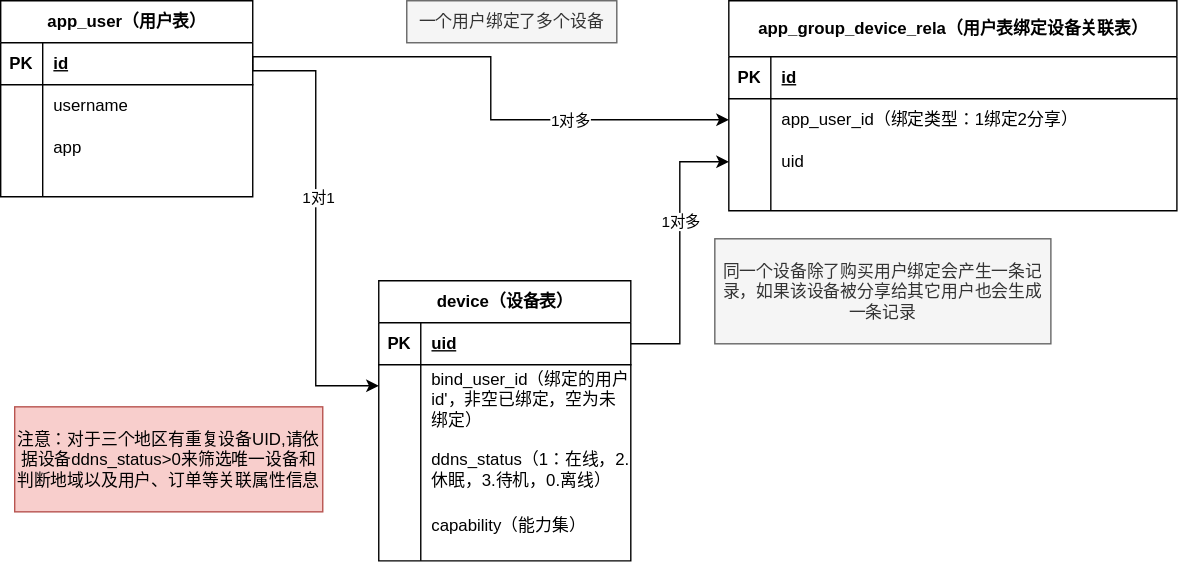
LiuXinStrive/ChaoWei keeps this draw.io diagram as database/1-用户设备关系ER.drawio.svg. Above is the earlier version. Source tidied: cells renumbered, new cells last; positions are measured from the earlier drawing's top-left corner, leaving out a move shared by most shapes. The source it was exported from:
```xml
<mxGraphModel>
  <root>
    <mxCell id="0" />
    <mxCell id="1" parent="0" />
    <mxCell id="2" value="app_user（用户表）" style="shape=table;startSize=30;rowLines=0;fontStyle=1;align=center;html=1;" parent="1" vertex="1">
      <mxGeometry width="180" height="140" as="geometry" />
    </mxCell>
    <mxCell id="3" style="shape=tableRow;horizontal=0;startSize=0;swimlaneHead=0;swimlaneBody=0;fillColor=none;points=[[0,0.5],[1,0.5]];portConstraint=eastwest;top=0;left=0;right=0;bottom=1;" parent="2" vertex="1">
      <mxGeometry y="30" width="180" height="30" as="geometry" />
    </mxCell>
    <mxCell id="4" value="PK" style="shape=partialRectangle;fillColor=none;top=0;left=0;bottom=0;right=0;fontStyle=1;overflow=hidden;whiteSpace=wrap;html=1;" parent="3" vertex="1">
      <mxGeometry width="30" height="30" as="geometry" />
    </mxCell>
    <mxCell id="5" value="id" style="shape=partialRectangle;fillColor=none;top=0;left=0;bottom=0;right=0;align=left;spacingLeft=6;fontStyle=5;overflow=hidden;whiteSpace=wrap;html=1;" parent="3" vertex="1">
      <mxGeometry x="30" width="150" height="30" as="geometry" />
    </mxCell>
    <mxCell id="6" style="shape=tableRow;horizontal=0;startSize=0;swimlaneHead=0;swimlaneBody=0;fillColor=none;top=0;left=0;right=0;bottom=0;" parent="2" vertex="1">
      <mxGeometry y="60" width="180" height="30" as="geometry" />
    </mxCell>
    <mxCell id="7" style="shape=partialRectangle;fillColor=none;top=0;left=0;bottom=0;right=0;overflow=hidden;whiteSpace=wrap;html=1;" parent="6" vertex="1">
      <mxGeometry width="30" height="30" as="geometry" />
    </mxCell>
    <mxCell id="8" value="username" style="shape=partialRectangle;fillColor=none;top=0;left=0;bottom=0;right=0;align=left;spacingLeft=6;overflow=hidden;whiteSpace=wrap;html=1;" parent="6" vertex="1">
      <mxGeometry x="30" width="150" height="30" as="geometry" />
    </mxCell>
    <mxCell id="9" style="shape=tableRow;horizontal=0;startSize=0;swimlaneHead=0;swimlaneBody=0;fillColor=none;top=0;left=0;right=0;bottom=0;" parent="2" vertex="1">
      <mxGeometry y="90" width="180" height="30" as="geometry" />
    </mxCell>
    <mxCell id="10" style="shape=partialRectangle;fillColor=none;top=0;left=0;bottom=0;right=0;overflow=hidden;whiteSpace=wrap;html=1;" parent="9" vertex="1">
      <mxGeometry width="30" height="30" as="geometry" />
    </mxCell>
    <mxCell id="11" value="app" style="shape=partialRectangle;fillColor=none;top=0;left=0;bottom=0;right=0;align=left;spacingLeft=6;overflow=hidden;whiteSpace=wrap;html=1;" parent="9" vertex="1">
      <mxGeometry x="30" width="150" height="30" as="geometry" />
    </mxCell>
    <mxCell id="12" style="shape=tableRow;horizontal=0;startSize=0;swimlaneHead=0;swimlaneBody=0;fillColor=none;top=0;left=0;right=0;bottom=0;" parent="2" vertex="1">
      <mxGeometry y="120" width="180" height="20" as="geometry" />
    </mxCell>
    <mxCell id="13" style="shape=partialRectangle;fillColor=none;top=0;left=0;bottom=0;right=0;overflow=hidden;whiteSpace=wrap;html=1;" parent="12" vertex="1">
      <mxGeometry width="30" height="20" as="geometry" />
    </mxCell>
    <mxCell id="14" style="shape=partialRectangle;fillColor=none;top=0;left=0;bottom=0;right=0;align=left;spacingLeft=6;overflow=hidden;whiteSpace=wrap;html=1;" parent="12" vertex="1">
      <mxGeometry x="30" width="150" height="20" as="geometry" />
    </mxCell>
    <mxCell id="15" value="device（设备表）" style="shape=table;startSize=30;rowLines=0;fontStyle=1;align=center;html=1;" parent="1" vertex="1">
      <mxGeometry x="270" y="200" width="180" height="200" as="geometry" />
    </mxCell>
    <mxCell id="16" style="shape=tableRow;horizontal=0;startSize=0;swimlaneHead=0;swimlaneBody=0;fillColor=none;points=[[0,0.5],[1,0.5]];portConstraint=eastwest;top=0;left=0;right=0;bottom=1;" parent="15" vertex="1">
      <mxGeometry y="30" width="180" height="30" as="geometry" />
    </mxCell>
    <mxCell id="17" value="PK" style="shape=partialRectangle;fillColor=none;top=0;left=0;bottom=0;right=0;fontStyle=1;overflow=hidden;whiteSpace=wrap;html=1;" parent="16" vertex="1">
      <mxGeometry width="30" height="30" as="geometry" />
    </mxCell>
    <mxCell id="18" value="uid" style="shape=partialRectangle;fillColor=none;top=0;left=0;bottom=0;right=0;align=left;spacingLeft=6;fontStyle=5;overflow=hidden;whiteSpace=wrap;html=1;" parent="16" vertex="1">
      <mxGeometry x="30" width="150" height="30" as="geometry" />
    </mxCell>
    <mxCell id="19" style="shape=tableRow;horizontal=0;startSize=0;swimlaneHead=0;swimlaneBody=0;fillColor=none;points=[[0,0.5],[1,0.5]];portConstraint=eastwest;top=0;left=0;right=0;bottom=0;" parent="15" vertex="1">
      <mxGeometry y="60" width="180" height="50" as="geometry" />
    </mxCell>
    <mxCell id="20" style="shape=partialRectangle;fillColor=none;top=0;left=0;bottom=0;right=0;overflow=hidden;whiteSpace=wrap;html=1;" parent="19" vertex="1">
      <mxGeometry width="30" height="50" as="geometry" />
    </mxCell>
    <mxCell id="21" value="bind_user_id（绑定的用户id'，非空已绑定，空为未绑定）" style="shape=partialRectangle;fillColor=none;top=0;left=0;bottom=0;right=0;align=left;spacingLeft=6;overflow=hidden;whiteSpace=wrap;html=1;" parent="19" vertex="1">
      <mxGeometry x="30" width="150" height="50" as="geometry" />
    </mxCell>
    <mxCell id="22" style="shape=tableRow;horizontal=0;startSize=0;swimlaneHead=0;swimlaneBody=0;fillColor=none;top=0;left=0;right=0;bottom=0;" parent="15" vertex="1">
      <mxGeometry y="110" width="180" height="50" as="geometry" />
    </mxCell>
    <mxCell id="23" style="shape=partialRectangle;fillColor=none;top=0;left=0;bottom=0;right=0;overflow=hidden;whiteSpace=wrap;html=1;" parent="22" vertex="1">
      <mxGeometry width="30" height="50" as="geometry" />
    </mxCell>
    <mxCell id="24" value="ddns_status（1：在线，2.休眠，3.待机，0.离线）" style="shape=partialRectangle;fillColor=none;top=0;left=0;bottom=0;right=0;align=left;spacingLeft=6;overflow=hidden;whiteSpace=wrap;html=1;" parent="22" vertex="1">
      <mxGeometry x="30" width="150" height="50" as="geometry" />
    </mxCell>
    <mxCell id="25" style="shape=tableRow;horizontal=0;startSize=0;swimlaneHead=0;swimlaneBody=0;fillColor=none;top=0;left=0;right=0;bottom=0;" parent="15" vertex="1">
      <mxGeometry y="160" width="180" height="40" as="geometry" />
    </mxCell>
    <mxCell id="26" style="shape=partialRectangle;fillColor=none;top=0;left=0;bottom=0;right=0;overflow=hidden;whiteSpace=wrap;html=1;" parent="25" vertex="1">
      <mxGeometry width="30" height="40" as="geometry" />
    </mxCell>
    <mxCell id="27" style="shape=partialRectangle;fillColor=none;top=0;left=0;bottom=0;right=0;align=left;spacingLeft=6;overflow=hidden;whiteSpace=wrap;html=1;" parent="25" vertex="1">
      <mxGeometry x="30" width="150" height="40" as="geometry" />
    </mxCell>
    <mxCell id="28" value="app_group_device_rela（用户表绑定设备关联表）" style="shape=table;startSize=40;rowLines=0;fontStyle=1;align=center;html=1;" parent="1" vertex="1">
      <mxGeometry x="520" width="320" height="150" as="geometry" />
    </mxCell>
    <mxCell id="29" style="shape=tableRow;horizontal=0;startSize=0;swimlaneHead=0;swimlaneBody=0;fillColor=none;top=0;left=0;right=0;bottom=1;" parent="28" vertex="1">
      <mxGeometry y="40" width="320" height="30" as="geometry" />
    </mxCell>
    <mxCell id="30" value="PK" style="shape=partialRectangle;fillColor=none;top=0;left=0;bottom=0;right=0;fontStyle=1;overflow=hidden;whiteSpace=wrap;html=1;" parent="29" vertex="1">
      <mxGeometry width="30" height="30" as="geometry" />
    </mxCell>
    <mxCell id="31" value="id" style="shape=partialRectangle;fillColor=none;top=0;left=0;bottom=0;right=0;align=left;spacingLeft=6;fontStyle=5;overflow=hidden;whiteSpace=wrap;html=1;" parent="29" vertex="1">
      <mxGeometry x="30" width="290" height="30" as="geometry" />
    </mxCell>
    <mxCell id="32" style="shape=tableRow;horizontal=0;startSize=0;swimlaneHead=0;swimlaneBody=0;fillColor=none;points=[[0,0.5],[1,0.5]];portConstraint=eastwest;top=0;left=0;right=0;bottom=0;" parent="28" vertex="1">
      <mxGeometry y="70" width="320" height="30" as="geometry" />
    </mxCell>
    <mxCell id="33" style="shape=partialRectangle;fillColor=none;top=0;left=0;bottom=0;right=0;overflow=hidden;whiteSpace=wrap;html=1;" parent="32" vertex="1">
      <mxGeometry width="30" height="30" as="geometry" />
    </mxCell>
    <mxCell id="34" value="app_user_id（绑定类型：1绑定2分享）" style="shape=partialRectangle;fillColor=none;top=0;left=0;bottom=0;right=0;align=left;spacingLeft=6;overflow=hidden;whiteSpace=wrap;html=1;" parent="32" vertex="1">
      <mxGeometry x="30" width="290" height="30" as="geometry" />
    </mxCell>
    <mxCell id="35" style="shape=tableRow;horizontal=0;startSize=0;swimlaneHead=0;swimlaneBody=0;fillColor=none;points=[[0,0.5],[1,0.5]];portConstraint=eastwest;top=0;left=0;right=0;bottom=0;" parent="28" vertex="1">
      <mxGeometry y="100" width="320" height="30" as="geometry" />
    </mxCell>
    <mxCell id="36" style="shape=partialRectangle;fillColor=none;top=0;left=0;bottom=0;right=0;overflow=hidden;whiteSpace=wrap;html=1;" parent="35" vertex="1">
      <mxGeometry width="30" height="30" as="geometry" />
    </mxCell>
    <mxCell id="37" value="uid" style="shape=partialRectangle;fillColor=none;top=0;left=0;bottom=0;right=0;align=left;spacingLeft=6;overflow=hidden;whiteSpace=wrap;html=1;" parent="35" vertex="1">
      <mxGeometry x="30" width="290" height="30" as="geometry" />
    </mxCell>
    <mxCell id="38" style="shape=tableRow;horizontal=0;startSize=0;swimlaneHead=0;swimlaneBody=0;fillColor=none;top=0;left=0;right=0;bottom=0;" parent="28" vertex="1">
      <mxGeometry y="130" width="320" height="20" as="geometry" />
    </mxCell>
    <mxCell id="39" style="shape=partialRectangle;fillColor=none;top=0;left=0;bottom=0;right=0;overflow=hidden;whiteSpace=wrap;html=1;" parent="38" vertex="1">
      <mxGeometry width="30" height="20" as="geometry" />
    </mxCell>
    <mxCell id="40" style="shape=partialRectangle;fillColor=none;top=0;left=0;bottom=0;right=0;align=left;spacingLeft=6;overflow=hidden;whiteSpace=wrap;html=1;" parent="38" vertex="1">
      <mxGeometry x="30" width="290" height="20" as="geometry" />
    </mxCell>
    <mxCell id="41" style="edgeStyle=orthogonalEdgeStyle;rounded=0;jettySize=auto;html=1;exitX=1;exitY=0.5;exitDx=0;exitDy=0;" parent="1" edge="1" source="3" target="19">
      <mxGeometry relative="1" as="geometry">
        <Array as="points">
          <mxPoint x="180" y="50" />
          <mxPoint x="225" y="50" />
          <mxPoint x="225" y="275" />
        </Array>
      </mxGeometry>
    </mxCell>
    <mxCell id="42" value="1对1" style="edgeLabel;html=1;align=center;verticalAlign=middle;" parent="41" vertex="1">
      <mxGeometry x="-0.33" y="1" relative="1" as="geometry">
        <mxPoint y="33" as="offset" />
      </mxGeometry>
    </mxCell>
    <mxCell id="43" style="edgeStyle=orthogonalEdgeStyle;rounded=0;jettySize=auto;html=1;exitX=1;exitY=0.5;exitDx=0;exitDy=0;" parent="1" edge="1" source="16" target="35">
      <mxGeometry relative="1" as="geometry" />
    </mxCell>
    <mxCell id="44" value="1对多" style="edgeLabel;html=1;align=center;verticalAlign=middle;" parent="43" vertex="1">
      <mxGeometry x="0.23" relative="1" as="geometry" />
    </mxCell>
    <mxCell id="45" style="edgeStyle=orthogonalEdgeStyle;rounded=0;jettySize=auto;html=1;exitX=1;exitY=0.5;exitDx=0;exitDy=0;entryX=0;entryY=0.5;entryDx=0;entryDy=0;" parent="1" edge="1" source="3" target="32">
      <mxGeometry relative="1" as="geometry">
        <Array as="points">
          <mxPoint x="180" y="40" />
          <mxPoint x="350" y="40" />
          <mxPoint x="350" y="85" />
        </Array>
      </mxGeometry>
    </mxCell>
    <mxCell id="46" value="1对多" style="edgeLabel;html=1;align=center;verticalAlign=middle;" parent="45" vertex="1">
      <mxGeometry x="0.42" relative="1" as="geometry" />
    </mxCell>
    <mxCell id="47" value="同一个设备除了购买用户绑定会产生一条记录，如果该设备被分享给其它用户也会生成一条记录" style="text;html=1;whiteSpace=wrap;strokeColor=#666666;fillColor=#f5f5f5;align=center;verticalAlign=middle;rounded=0;fontColor=#333333;" parent="1" vertex="1">
      <mxGeometry x="510" y="170" width="240" height="75" as="geometry" />
    </mxCell>
    <mxCell id="48" value="capability（能力集）" style="shape=partialRectangle;fillColor=none;top=0;left=0;bottom=0;right=0;align=left;spacingLeft=6;overflow=hidden;whiteSpace=wrap;html=1;" parent="1" vertex="1">
      <mxGeometry x="300" y="350" width="150" height="50" as="geometry" />
    </mxCell>
    <mxCell id="49" value="一个用户绑定了多个设备" style="text;html=1;whiteSpace=wrap;strokeColor=#666666;fillColor=#f5f5f5;align=center;verticalAlign=middle;rounded=0;fontColor=#333333;" parent="1" vertex="1">
      <mxGeometry x="290" width="150" height="30" as="geometry" />
    </mxCell>
    <mxCell id="50" value="注意：对于三个地区有重复设备UID,请依据设备ddns_status&amp;gt;0来筛选唯一设备和判断地域以及用户、订单等关联属性信息" style="text;html=1;whiteSpace=wrap;strokeColor=#b85450;fillColor=#f8cecc;align=center;verticalAlign=middle;rounded=0;" parent="1" vertex="1">
      <mxGeometry x="10" y="290" width="220" height="75" as="geometry" />
    </mxCell>
  </root>
</mxGraphModel>
```
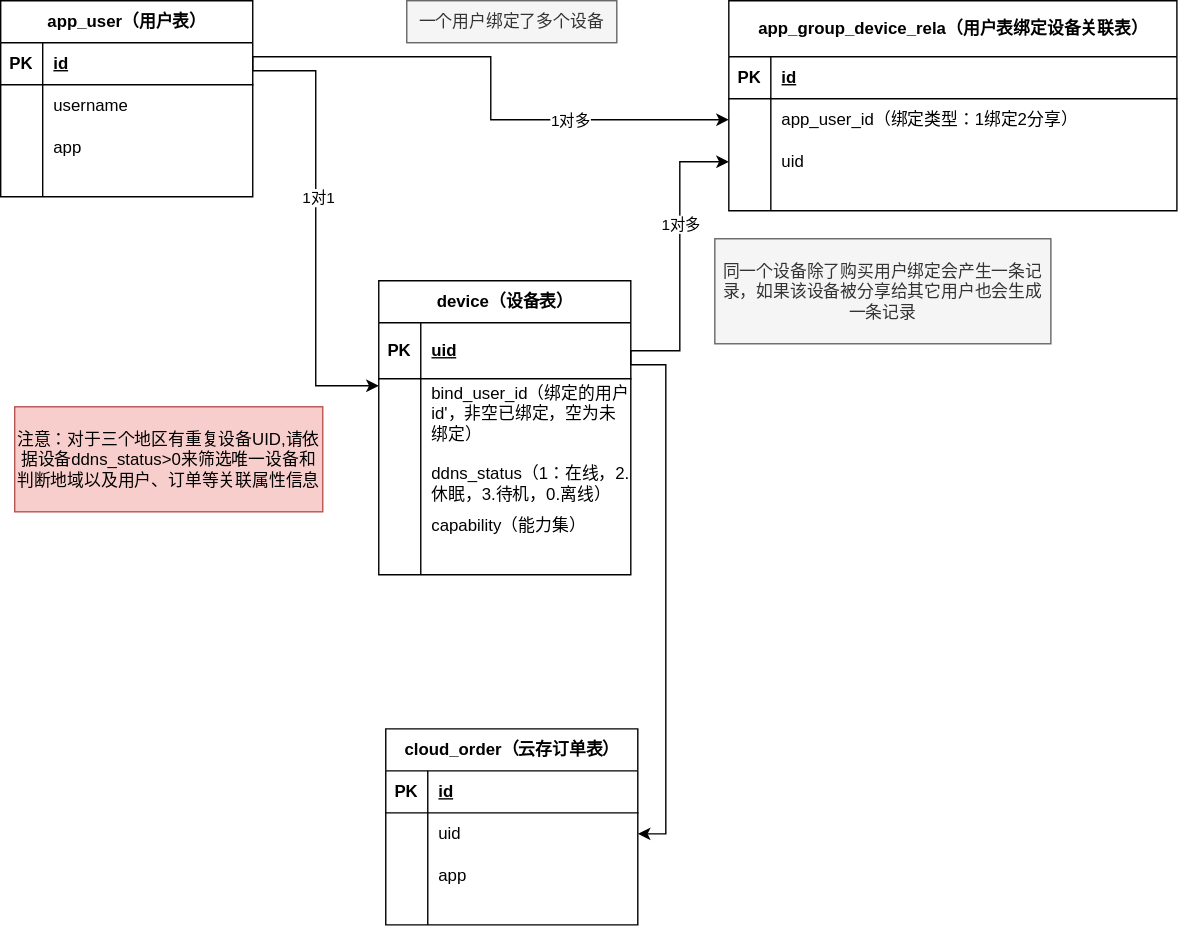
After the commit.

Commit message:
更新1-用户设备关系ER.drawio.svg

The edit, as a diff of the source:
```diff
@@ -42,19 +42,19 @@
       <mxGeometry x="30" width="150" height="20" as="geometry" />
     </mxCell>
     <mxCell id="15" value="device（设备表）" style="shape=table;startSize=30;rowLines=0;fontStyle=1;align=center;html=1;" parent="1" vertex="1">
-      <mxGeometry x="270" y="200" width="180" height="200" as="geometry" />
+      <mxGeometry x="270" y="200" width="180" height="210" as="geometry" />
     </mxCell>
     <mxCell id="16" style="shape=tableRow;horizontal=0;startSize=0;swimlaneHead=0;swimlaneBody=0;fillColor=none;points=[[0,0.5],[1,0.5]];portConstraint=eastwest;top=0;left=0;right=0;bottom=1;" parent="15" vertex="1">
-      <mxGeometry y="30" width="180" height="30" as="geometry" />
+      <mxGeometry y="30" width="180" height="40" as="geometry" />
     </mxCell>
     <mxCell id="17" value="PK" style="shape=partialRectangle;fillColor=none;top=0;left=0;bottom=0;right=0;fontStyle=1;overflow=hidden;whiteSpace=wrap;html=1;" parent="16" vertex="1">
-      <mxGeometry width="30" height="30" as="geometry" />
+      <mxGeometry width="30" height="40" as="geometry" />
     </mxCell>
     <mxCell id="18" value="uid" style="shape=partialRectangle;fillColor=none;top=0;left=0;bottom=0;right=0;align=left;spacingLeft=6;fontStyle=5;overflow=hidden;whiteSpace=wrap;html=1;" parent="16" vertex="1">
-      <mxGeometry x="30" width="150" height="30" as="geometry" />
+      <mxGeometry x="30" width="150" height="40" as="geometry" />
     </mxCell>
     <mxCell id="19" style="shape=tableRow;horizontal=0;startSize=0;swimlaneHead=0;swimlaneBody=0;fillColor=none;points=[[0,0.5],[1,0.5]];portConstraint=eastwest;top=0;left=0;right=0;bottom=0;" parent="15" vertex="1">
-      <mxGeometry y="60" width="180" height="50" as="geometry" />
+      <mxGeometry y="70" width="180" height="50" as="geometry" />
     </mxCell>
     <mxCell id="20" style="shape=partialRectangle;fillColor=none;top=0;left=0;bottom=0;right=0;overflow=hidden;whiteSpace=wrap;html=1;" parent="19" vertex="1">
       <mxGeometry width="30" height="50" as="geometry" />
@@ -63,7 +63,7 @@
       <mxGeometry x="30" width="150" height="50" as="geometry" />
     </mxCell>
     <mxCell id="22" style="shape=tableRow;horizontal=0;startSize=0;swimlaneHead=0;swimlaneBody=0;fillColor=none;top=0;left=0;right=0;bottom=0;" parent="15" vertex="1">
-      <mxGeometry y="110" width="180" height="50" as="geometry" />
+      <mxGeometry y="120" width="180" height="50" as="geometry" />
     </mxCell>
     <mxCell id="23" style="shape=partialRectangle;fillColor=none;top=0;left=0;bottom=0;right=0;overflow=hidden;whiteSpace=wrap;html=1;" parent="22" vertex="1">
       <mxGeometry width="30" height="50" as="geometry" />
@@ -72,7 +72,7 @@
       <mxGeometry x="30" width="150" height="50" as="geometry" />
     </mxCell>
     <mxCell id="25" style="shape=tableRow;horizontal=0;startSize=0;swimlaneHead=0;swimlaneBody=0;fillColor=none;top=0;left=0;right=0;bottom=0;" parent="15" vertex="1">
-      <mxGeometry y="160" width="180" height="40" as="geometry" />
+      <mxGeometry y="170" width="180" height="40" as="geometry" />
     </mxCell>
     <mxCell id="26" style="shape=partialRectangle;fillColor=none;top=0;left=0;bottom=0;right=0;overflow=hidden;whiteSpace=wrap;html=1;" parent="25" vertex="1">
       <mxGeometry width="30" height="40" as="geometry" />
@@ -163,5 +163,53 @@
     <mxCell id="50" value="注意：对于三个地区有重复设备UID,请依据设备ddns_status&amp;gt;0来筛选唯一设备和判断地域以及用户、订单等关联属性信息" style="text;html=1;whiteSpace=wrap;strokeColor=#b85450;fillColor=#f8cecc;align=center;verticalAlign=middle;rounded=0;" parent="1" vertex="1">
       <mxGeometry x="10" y="290" width="220" height="75" as="geometry" />
     </mxCell>
+    <mxCell id="51" value="cloud_order（云存订单表）" style="shape=table;startSize=30;rowLines=0;fontStyle=1;align=center;html=1;" parent="1" vertex="1">
+      <mxGeometry x="275" y="520" width="180" height="140" as="geometry" />
+    </mxCell>
+    <mxCell id="52" style="shape=tableRow;horizontal=0;startSize=0;swimlaneHead=0;swimlaneBody=0;fillColor=none;top=0;left=0;right=0;bottom=1;" parent="51" vertex="1">
+      <mxGeometry y="30" width="180" height="30" as="geometry" />
+    </mxCell>
+    <mxCell id="53" value="PK" style="shape=partialRectangle;fillColor=none;top=0;left=0;bottom=0;right=0;fontStyle=1;overflow=hidden;whiteSpace=wrap;html=1;" parent="52" vertex="1">
+      <mxGeometry width="30" height="30" as="geometry" />
+    </mxCell>
+    <mxCell id="54" value="id" style="shape=partialRectangle;fillColor=none;top=0;left=0;bottom=0;right=0;align=left;spacingLeft=6;fontStyle=5;overflow=hidden;whiteSpace=wrap;html=1;" parent="52" vertex="1">
+      <mxGeometry x="30" width="150" height="30" as="geometry" />
+    </mxCell>
+    <mxCell id="55" style="shape=tableRow;horizontal=0;startSize=0;swimlaneHead=0;swimlaneBody=0;fillColor=none;points=[[0,0.5],[1,0.5]];portConstraint=eastwest;top=0;left=0;right=0;bottom=0;" parent="51" vertex="1">
+      <mxGeometry y="60" width="180" height="30" as="geometry" />
+    </mxCell>
+    <mxCell id="56" style="shape=partialRectangle;fillColor=none;top=0;left=0;bottom=0;right=0;overflow=hidden;whiteSpace=wrap;html=1;" parent="55" vertex="1">
+      <mxGeometry width="30" height="30" as="geometry" />
+    </mxCell>
+    <mxCell id="57" value="uid" style="shape=partialRectangle;fillColor=none;top=0;left=0;bottom=0;right=0;align=left;spacingLeft=6;overflow=hidden;whiteSpace=wrap;html=1;" parent="55" vertex="1">
+      <mxGeometry x="30" width="150" height="30" as="geometry" />
+    </mxCell>
+    <mxCell id="58" style="shape=tableRow;horizontal=0;startSize=0;swimlaneHead=0;swimlaneBody=0;fillColor=none;top=0;left=0;right=0;bottom=0;" parent="51" vertex="1">
+      <mxGeometry y="90" width="180" height="30" as="geometry" />
+    </mxCell>
+    <mxCell id="59" style="shape=partialRectangle;fillColor=none;top=0;left=0;bottom=0;right=0;overflow=hidden;whiteSpace=wrap;html=1;" parent="58" vertex="1">
+      <mxGeometry width="30" height="30" as="geometry" />
+    </mxCell>
+    <mxCell id="60" value="app" style="shape=partialRectangle;fillColor=none;top=0;left=0;bottom=0;right=0;align=left;spacingLeft=6;overflow=hidden;whiteSpace=wrap;html=1;" parent="58" vertex="1">
+      <mxGeometry x="30" width="150" height="30" as="geometry" />
+    </mxCell>
+    <mxCell id="61" style="shape=tableRow;horizontal=0;startSize=0;swimlaneHead=0;swimlaneBody=0;fillColor=none;top=0;left=0;right=0;bottom=0;" parent="51" vertex="1">
+      <mxGeometry y="120" width="180" height="20" as="geometry" />
+    </mxCell>
+    <mxCell id="62" style="shape=partialRectangle;fillColor=none;top=0;left=0;bottom=0;right=0;overflow=hidden;whiteSpace=wrap;html=1;" parent="61" vertex="1">
+      <mxGeometry width="30" height="20" as="geometry" />
+    </mxCell>
+    <mxCell id="63" style="shape=partialRectangle;fillColor=none;top=0;left=0;bottom=0;right=0;align=left;spacingLeft=6;overflow=hidden;whiteSpace=wrap;html=1;" parent="61" vertex="1">
+      <mxGeometry x="30" width="150" height="20" as="geometry" />
+    </mxCell>
+    <mxCell id="64" style="edgeStyle=orthogonalEdgeStyle;rounded=0;jettySize=auto;html=1;exitX=1;exitY=0.5;exitDx=0;exitDy=0;entryX=1;entryY=0.5;entryDx=0;entryDy=0;" parent="1" edge="1" source="16" target="55">
+      <mxGeometry relative="1" as="geometry">
+        <Array as="points">
+          <mxPoint x="450" y="260" />
+          <mxPoint x="475" y="260" />
+          <mxPoint x="475" y="595" />
+        </Array>
+      </mxGeometry>
+    </mxCell>
   </root>
 </mxGraphModel>
```
